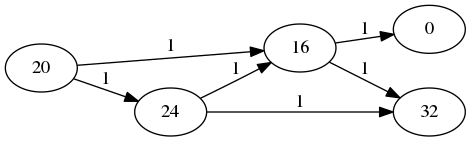
Earlier version of the Graphviz export GuiTool/image/IDMA/IDMADot.png (iitramar/guiTool). Its source is kept beside it as GuiTool/image/IDMA/IDMADot.dot.
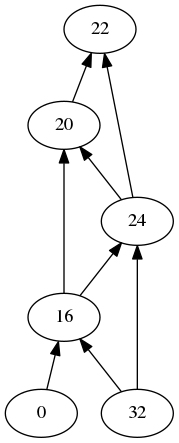
After the commit.

The edit, as a diff of the source:
```diff
@@ -1,15 +1,18 @@
 digraph DMRW{
-rankdir = LR;
+rankdir = BT;
  size="8,10.5";
- 20 [pos="6,23!"];
-20 -> 16 [label="1"];
-16 [pos="2,21!"];
-16 -> 0 [label="1"];
-0 [pos="2,19!"];
-16 -> 32 [label="1"];
-32 [pos="8,19!"];
-20 -> 24 [label="1"];
-24 [pos="8,21!"];
-24 -> 16 [label="1"];
-24 -> 32 [label="1"];
+ 22 [pos="6,23!"];
+20 -> 22 ;
+20 [pos="2,21!"];
+16 -> 20 ;
+16 [pos="2,19!"];
+0 -> 16 ;
+0 [pos="2,17!"];
+32 -> 16 ;
+32 [pos="8,17!"];
+24 -> 20 ;
+24 [pos="8,19!"];
+16 -> 24 ;
+32 -> 24 ;
+24 -> 22 ;
 }
```
